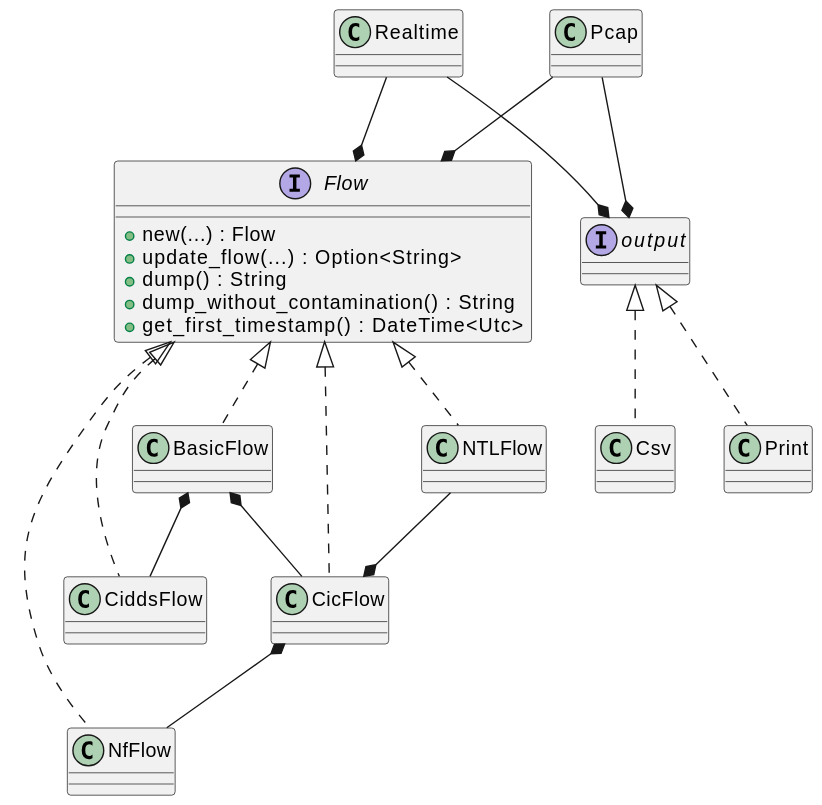
The PlantUML diagram arch.svg in idlab-discover/RustiFlow, before a commit.
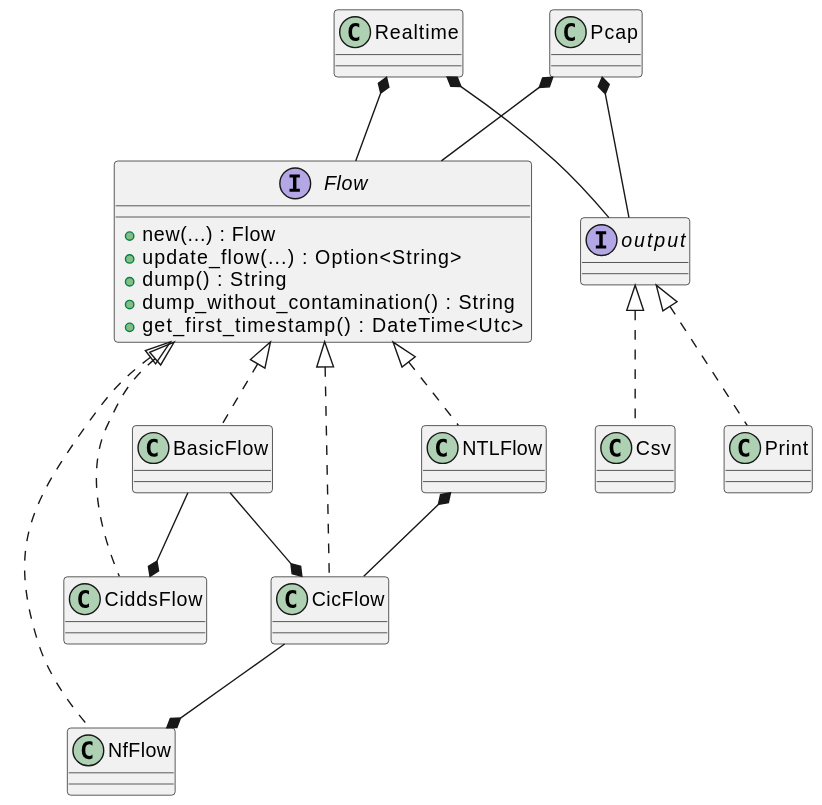
Above is the later version.

Commit message:
:art: Update architecture with correct arrows

Diff of the diagram source:
```diff
@@ -26,12 +26,12 @@
 Flow <|.. NTLFlow
 output <|.. Print
 output <|.. Csv
-Realtime --* Flow
-Pcap --* Flow
-Realtime --* output
-Pcap --* output
-BasicFlow *-- CicFlow
-BasicFlow *-- CiddsFlow
-CicFlow *-- NfFlow
-NTLFlow --* CicFlow
+Realtime *-- Flow
+Pcap *-- Flow
+Realtime *-- output
+Pcap *-- output
+BasicFlow --* CicFlow
+BasicFlow --* CiddsFlow
+CicFlow --* NfFlow
+NTLFlow *-- CicFlow
 @enduml
```
